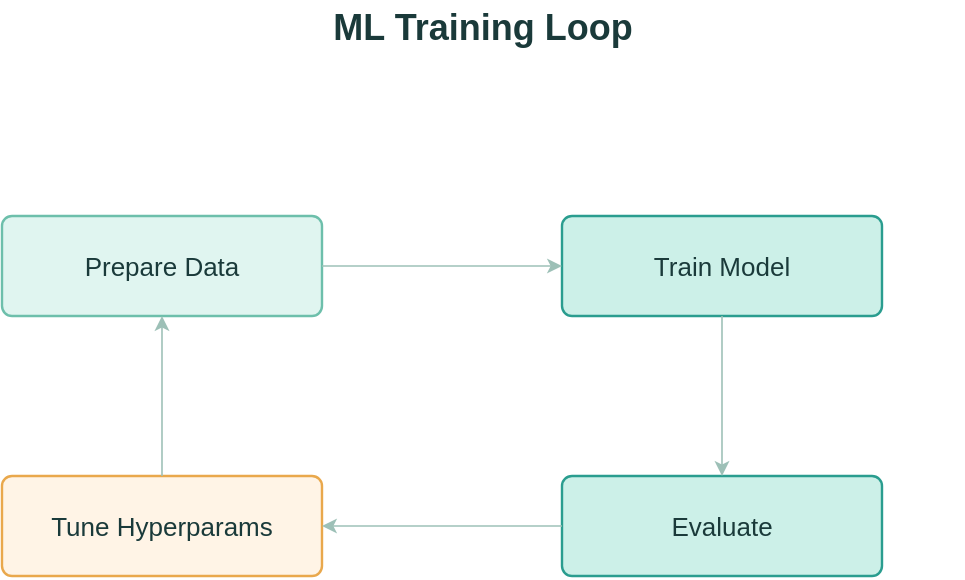
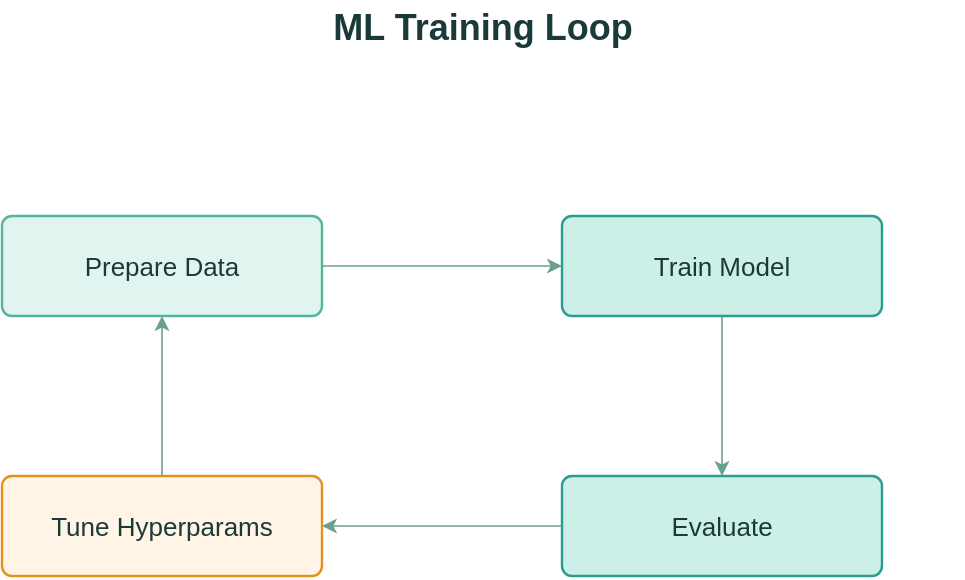
<mxfile host="app.diagrams.net">
    <diagram name="ML Training Loop" id="loop_001">
        <mxGraphModel dx="0" dy="0" grid="0" gridSize="10" guides="1" tooltips="1" connect="1" arrows="1" fold="1" page="0" pageScale="1" pageWidth="560" pageHeight="338" background="none" math="0" shadow="0">
            <root>
                <mxCell id="0"/>
                <mxCell id="1" parent="0"/>
                <mxCell id="title_main" value="ML Training Loop" style="text;html=1;fontSize=18;fontColor=#1A3A3A;align=center;verticalAlign=middle;fontStyle=1;" parent="1" vertex="1">
                    <mxGeometry x="40" y="10" width="480" height="28" as="geometry"/>
                </mxCell>
-                 <mxCell id="node_1" value="Prepare Data" style="rounded=1;whiteSpace=wrap;html=1;fillColor=#E0F5F0;strokeColor=#6DBFAB;strokeWidth=1.2;arcSize=10;fontSize=13;fontColor=#1A3A3A;" parent="1" vertex="1">
+                 <mxCell id="node_1" value="Prepare Data" style="rounded=1;whiteSpace=wrap;html=1;fillColor=#E0F5F0;strokeColor=#54B49D;strokeWidth=1.2;arcSize=10;fontSize=13;fontColor=#1A3A3A;" parent="1" vertex="1">
                    <mxGeometry x="40" y="118" width="160" height="50" as="geometry"/>
                </mxCell>
                <mxCell id="node_2" value="Train Model" style="rounded=1;whiteSpace=wrap;html=1;fillColor=#CCF0E8;strokeColor=#2A9D8F;strokeWidth=1.2;arcSize=10;fontSize=13;fontColor=#1A3A3A;" parent="1" vertex="1">
                    <mxGeometry x="320" y="118" width="160" height="50" as="geometry"/>
                </mxCell>
                <mxCell id="node_3" value="Evaluate" style="rounded=1;whiteSpace=wrap;html=1;fillColor=#CCF0E8;strokeColor=#2A9D8F;strokeWidth=1.2;arcSize=10;fontSize=13;fontColor=#1A3A3A;" parent="1" vertex="1">
                    <mxGeometry x="320" y="248" width="160" height="50" as="geometry"/>
                </mxCell>
-                 <mxCell id="node_4" value="Tune Hyperparams" style="rounded=1;whiteSpace=wrap;html=1;fillColor=#FFF4E6;strokeColor=#E9A84C;strokeWidth=1.2;arcSize=10;fontSize=13;fontColor=#1A3A3A;" parent="1" vertex="1">
+                 <mxCell id="node_4" value="Tune Hyperparams" style="rounded=1;whiteSpace=wrap;html=1;fillColor=#FFF4E6;strokeColor=#E3921F;strokeWidth=1.2;arcSize=10;fontSize=13;fontColor=#1A3A3A;" parent="1" vertex="1">
                    <mxGeometry x="40" y="248" width="160" height="50" as="geometry"/>
                </mxCell>
-                 <mxCell id="arr_1_2" style="edgeStyle=orthogonalEdgeStyle;endArrow=classic;strokeColor=#9DC0B7;strokeWidth=0.8;endSize=5;exitX=1;exitY=0.5;exitDx=0;exitDy=0;entryX=0;entryY=0.5;entryDx=0;entryDy=0;" parent="1" source="node_1" target="node_2" edge="1">
+                 <mxCell id="arr_1_2" style="edgeStyle=orthogonalEdgeStyle;endArrow=classic;strokeColor=#6A9F91;strokeWidth=0.8;endSize=5;exitX=1;exitY=0.5;exitDx=0;exitDy=0;entryX=0;entryY=0.5;entryDx=0;entryDy=0;" parent="1" source="node_1" target="node_2" edge="1">
                    <mxGeometry relative="1" as="geometry"/>
                </mxCell>
-                 <mxCell id="arr_2_3" style="edgeStyle=orthogonalEdgeStyle;endArrow=classic;strokeColor=#9DC0B7;strokeWidth=0.8;endSize=5;exitX=0.5;exitY=1;exitDx=0;exitDy=0;entryX=0.5;entryY=0;entryDx=0;entryDy=0;" parent="1" source="node_2" target="node_3" edge="1">
+                 <mxCell id="arr_2_3" style="edgeStyle=orthogonalEdgeStyle;endArrow=classic;strokeColor=#6A9F91;strokeWidth=0.8;endSize=5;exitX=0.5;exitY=1;exitDx=0;exitDy=0;entryX=0.5;entryY=0;entryDx=0;entryDy=0;" parent="1" source="node_2" target="node_3" edge="1">
                    <mxGeometry relative="1" as="geometry"/>
                </mxCell>
-                 <mxCell id="arr_3_4" style="edgeStyle=orthogonalEdgeStyle;endArrow=classic;strokeColor=#9DC0B7;strokeWidth=0.8;endSize=5;exitX=0;exitY=0.5;exitDx=0;exitDy=0;entryX=1;entryY=0.5;entryDx=0;entryDy=0;" parent="1" source="node_3" target="node_4" edge="1">
+                 <mxCell id="arr_3_4" style="edgeStyle=orthogonalEdgeStyle;endArrow=classic;strokeColor=#6A9F91;strokeWidth=0.8;endSize=5;exitX=0;exitY=0.5;exitDx=0;exitDy=0;entryX=1;entryY=0.5;entryDx=0;entryDy=0;" parent="1" source="node_3" target="node_4" edge="1">
                    <mxGeometry relative="1" as="geometry"/>
                </mxCell>
-                 <mxCell id="arr_4_1" style="edgeStyle=orthogonalEdgeStyle;endArrow=classic;strokeColor=#9DC0B7;strokeWidth=0.8;endSize=5;exitX=0.5;exitY=0;exitDx=0;exitDy=0;entryX=0.5;entryY=1;entryDx=0;entryDy=0;" parent="1" source="node_4" target="node_1" edge="1">
+                 <mxCell id="arr_4_1" style="edgeStyle=orthogonalEdgeStyle;endArrow=classic;strokeColor=#6A9F91;strokeWidth=0.8;endSize=5;exitX=0.5;exitY=0;exitDx=0;exitDy=0;entryX=0.5;entryY=1;entryDx=0;entryDy=0;" parent="1" source="node_4" target="node_1" edge="1">
                    <mxGeometry relative="1" as="geometry"/>
                </mxCell>
            </root>
        </mxGraphModel>
    </diagram>
</mxfile>
